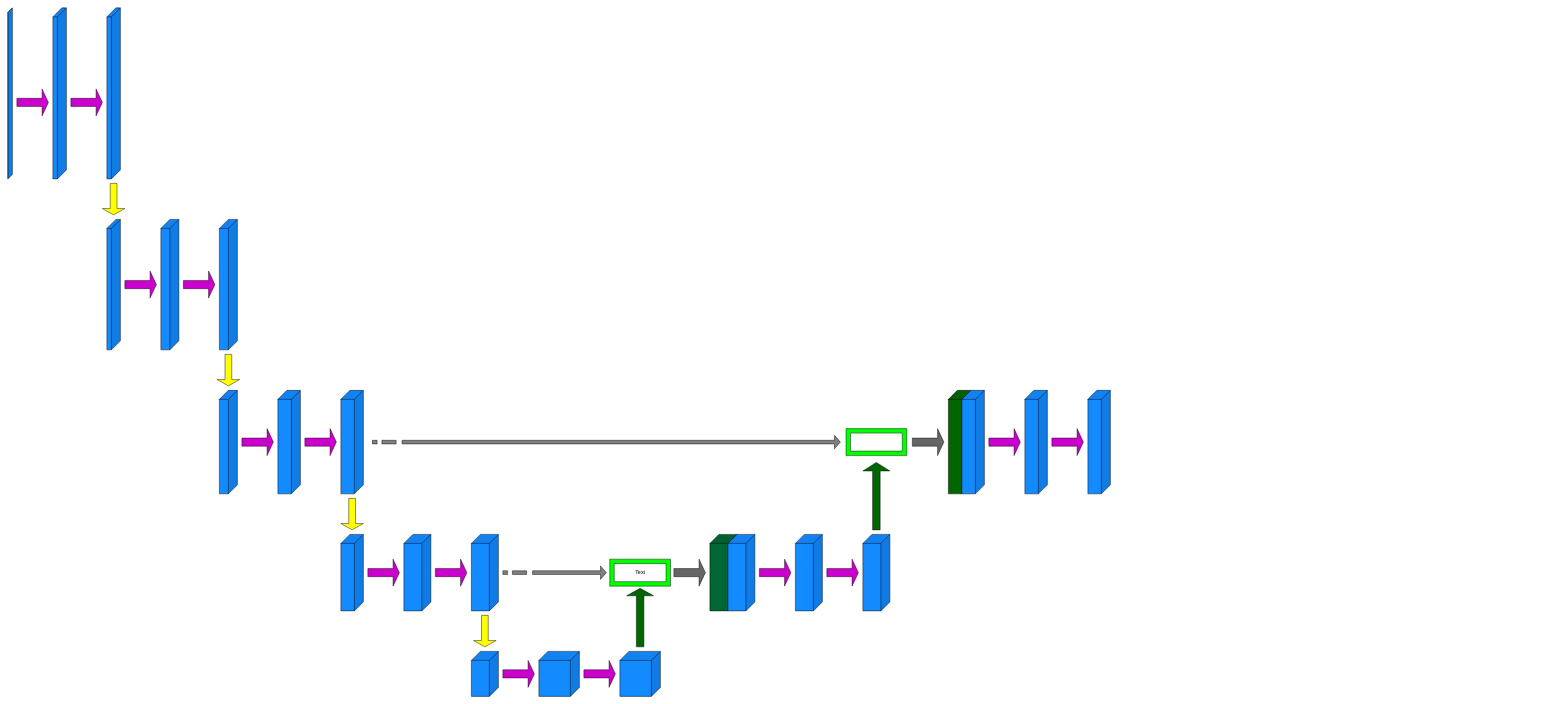
The draw.io diagram my_unet_1.drawio in AnayPanja/demo_drawing_at_draw.io, before the edit. Source tidied: cells renumbered, new cells numbered last; positions are measured from the earlier drawing's top-left corner, leaving out a move shared by most shapes. Both pictures are drawn from the tidied source at 45%, with x=0, y=0 at pixel (8, 8).
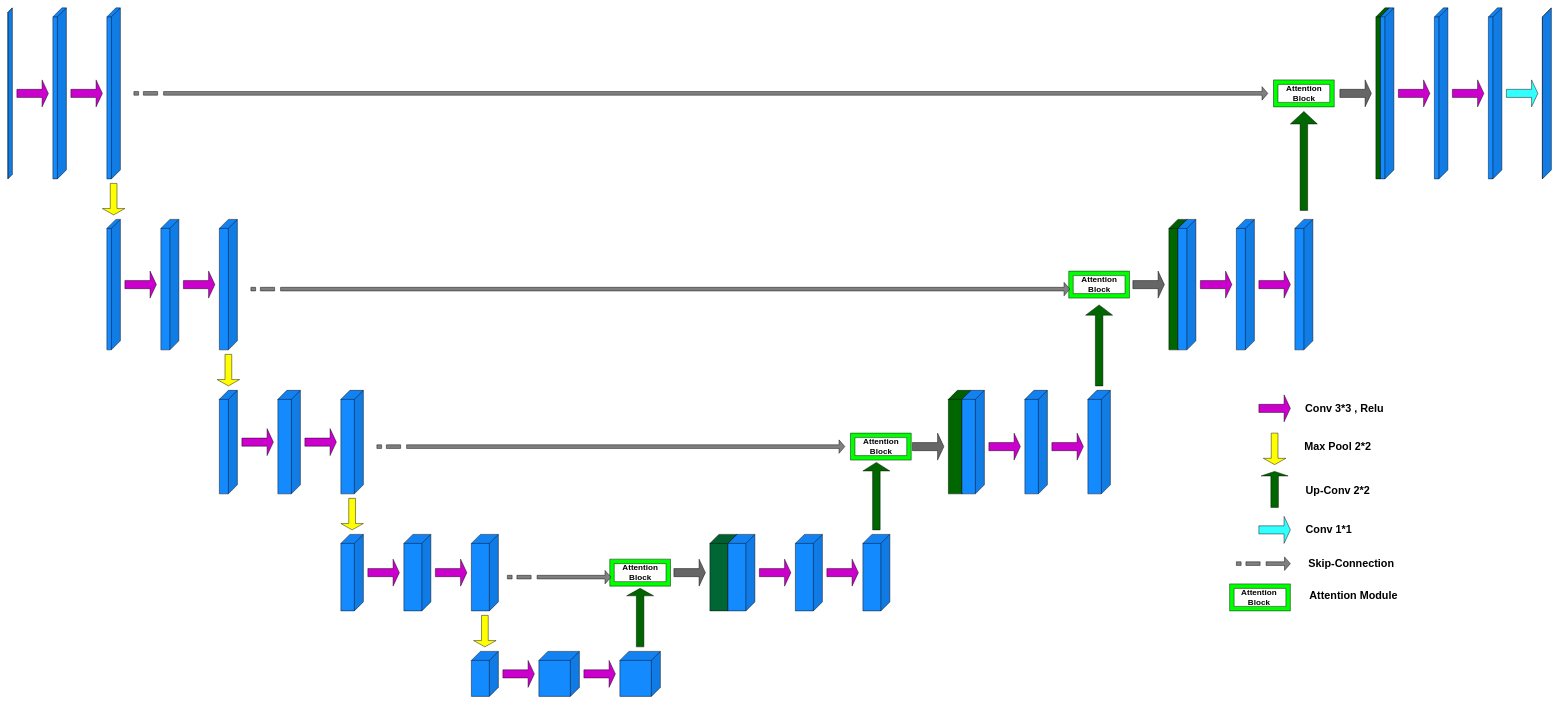
After the change.

What changed in the source:
```diff
@@
     <mxCell id="3" style="shape=singleArrow;whiteSpace=wrap;html=1;fillColor=#CC00CC;" parent="1" vertex="1">
-      <mxGeometry x="20" y="180" width="70" height="60" as="geometry" />
+      <mxGeometry x="20" y="160" width="70" height="60" as="geometry" />
     </mxCell>
@@
     <mxCell id="6" style="shape=singleArrow;whiteSpace=wrap;html=1;fillColor=#CC00CC;" parent="1" vertex="1">
-      <mxGeometry x="140" y="180" width="70" height="60" as="geometry" />
+      <mxGeometry x="140" y="160" width="70" height="60" as="geometry" />
     </mxCell>
@@
-    <mxCell id="32" value="Text" style="text;html=1;align=center;verticalAlign=middle;strokeColor=none;fillColor=none;" parent="1" vertex="1">
-      <mxGeometry x="1380" y="1240" width="50" height="30" as="geometry" />
+    <mxCell id="32" value="&lt;b&gt;&lt;font style=&quot;font-size: 18px;&quot;&gt;Attention&lt;br&gt;Block&lt;/font&gt;&lt;/b&gt;" style="text;html=1;align=center;verticalAlign=middle;strokeColor=none;fillColor=none;" parent="1" vertex="1">
+      <mxGeometry x="1355" y="1225" width="100" height="60" as="geometry" />
     </mxCell>
@@
     <mxCell id="34" style="html=1;shadow=0;dashed=0;align=center;verticalAlign=middle;shape=mxgraph.arrows2.stripedArrow;dy=0.73;dx=13;notch=66;fillColor=#808080;" parent="1" vertex="1">
-      <mxGeometry x="810" y="950" width="1040" height="30" as="geometry" />
+      <mxGeometry x="280" y="175" width="2520" height="30" as="geometry" />
     </mxCell>
@@
     <mxCell id="43" style="verticalLabelPosition=bottom;verticalAlign=top;html=1;shape=mxgraph.basic.frame;dx=10;whiteSpace=wrap;fillColor=#00FF00;" parent="1" vertex="1">
-      <mxGeometry x="1862.5" y="935" width="135" height="60" as="geometry" />
+      <mxGeometry x="2357.5" y="585" width="135" height="60" as="geometry" />
     </mxCell>
     <mxCell id="44" style="html=1;shadow=0;dashed=0;align=center;verticalAlign=middle;shape=mxgraph.arrows2.stripedArrow;dy=0.73;dx=13;notch=66;fillColor=#808080;" parent="1" vertex="1">
-      <mxGeometry x="1100" y="1240" width="230" height="30" as="geometry" />
+      <mxGeometry x="2730" y="1220" width="120" height="30" as="geometry" />
     </mxCell>
     <mxCell id="45" style="shape=singleArrow;whiteSpace=wrap;html=1;fillColor=#666666;" parent="1" vertex="1">
-      <mxGeometry x="2010" y="935" width="70" height="60" as="geometry" />
+      <mxGeometry x="2010" y="945" width="70" height="60" as="geometry" />
     </mxCell>
@@
     <mxCell id="48" style="shape=singleArrow;whiteSpace=wrap;html=1;fillColor=#CC00CC;" parent="1" vertex="1">
-      <mxGeometry x="2180" y="935" width="70" height="60" as="geometry" />
+      <mxGeometry x="2180" y="945" width="70" height="60" as="geometry" />
     </mxCell>
@@
     <mxCell id="50" style="shape=singleArrow;whiteSpace=wrap;html=1;fillColor=#CC00CC;" parent="1" vertex="1">
-      <mxGeometry x="2320" y="935" width="70" height="60" as="geometry" />
+      <mxGeometry x="2320" y="945" width="70" height="60" as="geometry" />
     </mxCell>
@@
+    <mxCell id="52" style="verticalLabelPosition=bottom;verticalAlign=top;html=1;shape=mxgraph.basic.frame;dx=10;whiteSpace=wrap;fillColor=#00FF00;" parent="1" vertex="1">
+      <mxGeometry x="1872.5" y="945" width="135" height="60" as="geometry" />
+    </mxCell>
+    <mxCell id="53" style="shape=singleArrow;direction=north;whiteSpace=wrap;html=1;arrowWidth=0.280003662109375;arrowSize=0.12727307406338778;fillColor=#006600;" parent="1" vertex="1">
+      <mxGeometry x="2395" y="660" width="60" height="180" as="geometry" />
+    </mxCell>
+    <mxCell id="54" style="html=1;shadow=0;dashed=0;align=center;verticalAlign=middle;shape=mxgraph.arrows2.stripedArrow;dy=0.73;dx=13;notch=66;fillColor=#808080;" parent="1" vertex="1">
+      <mxGeometry x="820" y="960" width="1040" height="30" as="geometry" />
+    </mxCell>
+    <mxCell id="55" style="shape=singleArrow;whiteSpace=wrap;html=1;fillColor=#666666;" parent="1" vertex="1">
+      <mxGeometry x="2500" y="585" width="70" height="60" as="geometry" />
+    </mxCell>
+    <mxCell id="56" style="shape=cube;whiteSpace=wrap;html=1;boundedLbl=1;backgroundOutline=1;darkOpacity=0.05;darkOpacity2=0.1;fillColor=#006600;flipH=1;" parent="1" vertex="1">
+      <mxGeometry x="2580" y="470" width="40" height="290" as="geometry" />
+    </mxCell>
+    <mxCell id="57" style="shape=cube;whiteSpace=wrap;html=1;boundedLbl=1;backgroundOutline=1;darkOpacity=0.05;darkOpacity2=0.1;fillColor=#148AFF;flipH=1;" parent="1" vertex="1">
+      <mxGeometry x="2600" y="470" width="40" height="290" as="geometry" />
+    </mxCell>
+    <mxCell id="58" style="shape=singleArrow;whiteSpace=wrap;html=1;fillColor=#CC00CC;" parent="1" vertex="1">
+      <mxGeometry x="2650" y="585" width="70" height="60" as="geometry" />
+    </mxCell>
+    <mxCell id="59" style="shape=cube;whiteSpace=wrap;html=1;boundedLbl=1;backgroundOutline=1;darkOpacity=0.05;darkOpacity2=0.1;fillColor=#148AFF;flipH=1;" parent="1" vertex="1">
+      <mxGeometry x="2730" y="470" width="40" height="290" as="geometry" />
+    </mxCell>
+    <mxCell id="60" style="shape=singleArrow;whiteSpace=wrap;html=1;fillColor=#CC00CC;" parent="1" vertex="1">
+      <mxGeometry x="2780" y="585" width="70" height="60" as="geometry" />
+    </mxCell>
+    <mxCell id="61" style="shape=cube;whiteSpace=wrap;html=1;boundedLbl=1;backgroundOutline=1;darkOpacity=0.05;darkOpacity2=0.1;fillColor=#148AFF;flipH=1;" parent="1" vertex="1">
+      <mxGeometry x="2860" y="470" width="40" height="290" as="geometry" />
+    </mxCell>
+    <mxCell id="62" style="verticalLabelPosition=bottom;verticalAlign=top;html=1;shape=mxgraph.basic.frame;dx=10;whiteSpace=wrap;fillColor=#00FF00;" parent="1" vertex="1">
+      <mxGeometry x="2812.5" y="160" width="135" height="60" as="geometry" />
+    </mxCell>
+    <mxCell id="63" style="shape=singleArrow;direction=north;whiteSpace=wrap;html=1;arrowWidth=0.280003662109375;arrowSize=0.12727307406338778;fillColor=#006600;" parent="1" vertex="1">
+      <mxGeometry x="2850" y="230" width="60" height="220" as="geometry" />
+    </mxCell>
+    <mxCell id="64" style="html=1;shadow=0;dashed=0;align=center;verticalAlign=middle;shape=mxgraph.arrows2.stripedArrow;dy=0.73;dx=13;notch=66;fillColor=#808080;" parent="1" vertex="1">
+      <mxGeometry x="540" y="610" width="1820" height="30" as="geometry" />
+    </mxCell>
+    <mxCell id="65" style="shape=singleArrow;whiteSpace=wrap;html=1;fillColor=#666666;" parent="1" vertex="1">
+      <mxGeometry x="2960" y="160" width="70" height="60" as="geometry" />
+    </mxCell>
+    <mxCell id="66" style="shape=cube;whiteSpace=wrap;html=1;boundedLbl=1;backgroundOutline=1;darkOpacity=0.05;darkOpacity2=0.1;fillColor=#006600;flipH=1;" parent="1" vertex="1">
+      <mxGeometry x="3040" width="30" height="380" as="geometry" />
+    </mxCell>
+    <mxCell id="67" style="shape=cube;whiteSpace=wrap;html=1;boundedLbl=1;backgroundOutline=1;darkOpacity=0.05;darkOpacity2=0.1;fillColor=#148AFF;flipH=1;" parent="1" vertex="1">
+      <mxGeometry x="3290" width="30" height="380" as="geometry" />
+    </mxCell>
+    <mxCell id="68" style="shape=cube;whiteSpace=wrap;html=1;boundedLbl=1;backgroundOutline=1;darkOpacity=0.05;darkOpacity2=0.1;fillColor=#148AFF;flipH=1;" parent="1" vertex="1">
+      <mxGeometry x="3170" width="30" height="380" as="geometry" />
+    </mxCell>
+    <mxCell id="69" style="shape=cube;whiteSpace=wrap;html=1;boundedLbl=1;backgroundOutline=1;darkOpacity=0.05;darkOpacity2=0.1;fillColor=#148AFF;flipH=1;" parent="1" vertex="1">
+      <mxGeometry x="3050" width="30" height="380" as="geometry" />
+    </mxCell>
+    <mxCell id="70" style="shape=singleArrow;whiteSpace=wrap;html=1;fillColor=#CC00CC;" parent="1" vertex="1">
+      <mxGeometry x="3090" y="160" width="70" height="60" as="geometry" />
+    </mxCell>
+    <mxCell id="71" style="shape=singleArrow;whiteSpace=wrap;html=1;fillColor=#CC00CC;" parent="1" vertex="1">
+      <mxGeometry x="3210" y="160" width="70" height="60" as="geometry" />
+    </mxCell>
+    <mxCell id="72" style="shape=cube;whiteSpace=wrap;html=1;boundedLbl=1;backgroundOutline=1;darkOpacity=0.05;darkOpacity2=0.1;fillColor=#148AFF;flipH=1;" parent="1" vertex="1">
+      <mxGeometry x="3410" width="20" height="380" as="geometry" />
+    </mxCell>
+    <mxCell id="73" style="shape=singleArrow;whiteSpace=wrap;html=1;fillColor=#33FFFF;" parent="1" vertex="1">
+      <mxGeometry x="3330" y="160" width="70" height="60" as="geometry" />
+    </mxCell>
+    <mxCell id="74" value="&lt;b style=&quot;border-color: var(--border-color);&quot;&gt;&lt;font style=&quot;border-color: var(--border-color); font-size: 18px;&quot;&gt;Attention&lt;br style=&quot;border-color: var(--border-color);&quot;&gt;Block&lt;/font&gt;&lt;/b&gt;" style="text;html=1;align=center;verticalAlign=middle;strokeColor=none;fillColor=none;" parent="1" vertex="1">
+      <mxGeometry x="1890" y="945" width="100" height="60" as="geometry" />
+    </mxCell>
+    <mxCell id="75" value="&lt;b style=&quot;border-color: var(--border-color);&quot;&gt;&lt;font style=&quot;border-color: var(--border-color); font-size: 18px;&quot;&gt;Attention&lt;br style=&quot;border-color: var(--border-color);&quot;&gt;Block&lt;/font&gt;&lt;/b&gt;" style="text;html=1;align=center;verticalAlign=middle;strokeColor=none;fillColor=none;" parent="1" vertex="1">
+      <mxGeometry x="2375" y="585" width="100" height="60" as="geometry" />
+    </mxCell>
+    <mxCell id="76" value="&lt;b style=&quot;border-color: var(--border-color);&quot;&gt;&lt;font style=&quot;border-color: var(--border-color); font-size: 18px;&quot;&gt;Attention&lt;br style=&quot;border-color: var(--border-color);&quot;&gt;Block&lt;/font&gt;&lt;/b&gt;" style="text;html=1;align=center;verticalAlign=middle;strokeColor=none;fillColor=none;" parent="1" vertex="1">
+      <mxGeometry x="2830" y="160" width="100" height="60" as="geometry" />
+    </mxCell>
+    <mxCell id="77" style="shape=singleArrow;whiteSpace=wrap;html=1;fillColor=#CC00CC;" parent="1" vertex="1">
+      <mxGeometry x="2780" y="860" width="70" height="60" as="geometry" />
+    </mxCell>
+    <mxCell id="78" style="shape=singleArrow;direction=south;whiteSpace=wrap;html=1;fillColor=#FFFF00;" parent="1" vertex="1">
+      <mxGeometry x="2790" y="945" width="50" height="70" as="geometry" />
+    </mxCell>
+    <mxCell id="79" style="shape=singleArrow;direction=north;whiteSpace=wrap;html=1;arrowWidth=0.280003662109375;arrowSize=0.12727307406338778;fillColor=#006600;" parent="1" vertex="1">
+      <mxGeometry x="2785" y="1030" width="60" height="80" as="geometry" />
+    </mxCell>
+    <mxCell id="80" style="shape=singleArrow;whiteSpace=wrap;html=1;fillColor=#33FFFF;" parent="1" vertex="1">
+      <mxGeometry x="2780" y="1130" width="70" height="60" as="geometry" />
+    </mxCell>
+    <mxCell id="81" style="html=1;shadow=0;dashed=0;align=center;verticalAlign=middle;shape=mxgraph.arrows2.stripedArrow;dy=0.73;dx=13;notch=66;fillColor=#808080;" parent="1" vertex="1">
+      <mxGeometry x="1110" y="1250" width="230" height="30" as="geometry" />
+    </mxCell>
+    <mxCell id="82" value="&lt;font style=&quot;font-size: 24px;&quot;&gt;&lt;b&gt;Conv 3*3 , Relu&lt;/b&gt;&lt;/font&gt;" style="text;html=1;align=center;verticalAlign=middle;strokeColor=none;fillColor=none;" parent="1" vertex="1">
+      <mxGeometry x="2870" y="870" width="200" height="40" as="geometry" />
+    </mxCell>
+    <mxCell id="83" value="&lt;font style=&quot;font-size: 24px;&quot;&gt;&lt;b&gt;Max Pool 2*2&lt;/b&gt;&lt;/font&gt;" style="text;html=1;align=center;verticalAlign=middle;strokeColor=none;fillColor=none;" parent="1" vertex="1">
+      <mxGeometry x="2870" y="955" width="170" height="40" as="geometry" />
+    </mxCell>
+    <mxCell id="84" value="&lt;font style=&quot;font-size: 24px;&quot;&gt;&lt;b&gt;Up-Conv 2*2&lt;/b&gt;&lt;/font&gt;" style="text;html=1;align=center;verticalAlign=middle;strokeColor=none;fillColor=none;" parent="1" vertex="1">
+      <mxGeometry x="2870" y="1053" width="170" height="40" as="geometry" />
+    </mxCell>
+    <mxCell id="85" value="&lt;font style=&quot;font-size: 24px;&quot;&gt;&lt;b&gt;Conv 1*1&lt;/b&gt;&lt;/font&gt;" style="text;html=1;align=center;verticalAlign=middle;strokeColor=none;fillColor=none;" parent="1" vertex="1">
+      <mxGeometry x="2870" y="1140" width="130" height="40" as="geometry" />
+    </mxCell>
+    <mxCell id="86" value="&lt;font style=&quot;font-size: 24px;&quot;&gt;&lt;b&gt;Skip-Connection&lt;/b&gt;&lt;/font&gt;" style="text;html=1;align=center;verticalAlign=middle;strokeColor=none;fillColor=none;" parent="1" vertex="1">
+      <mxGeometry x="2880" y="1215" width="210" height="40" as="geometry" />
+    </mxCell>
+    <mxCell id="87" style="verticalLabelPosition=bottom;verticalAlign=top;html=1;shape=mxgraph.basic.frame;dx=10;whiteSpace=wrap;fillColor=#00FF00;" parent="1" vertex="1">
+      <mxGeometry x="2715" y="1280" width="135" height="60" as="geometry" />
+    </mxCell>
+    <mxCell id="88" value="&lt;b style=&quot;border-color: var(--border-color);&quot;&gt;&lt;font style=&quot;border-color: var(--border-color); font-size: 18px;&quot;&gt;Attention&lt;br style=&quot;border-color: var(--border-color);&quot;&gt;Block&lt;/font&gt;&lt;/b&gt;" style="text;html=1;align=center;verticalAlign=middle;strokeColor=none;fillColor=none;" parent="1" vertex="1">
+      <mxGeometry x="2730" y="1280" width="100" height="60" as="geometry" />
+    </mxCell>
+    <mxCell id="89" value="&lt;font style=&quot;font-size: 24px;&quot;&gt;&lt;b&gt;Attention Module&lt;/b&gt;&lt;/font&gt;" style="text;html=1;align=center;verticalAlign=middle;strokeColor=none;fillColor=none;" parent="1" vertex="1">
+      <mxGeometry x="2880" y="1285" width="220" height="40" as="geometry" />
+    </mxCell>
```
